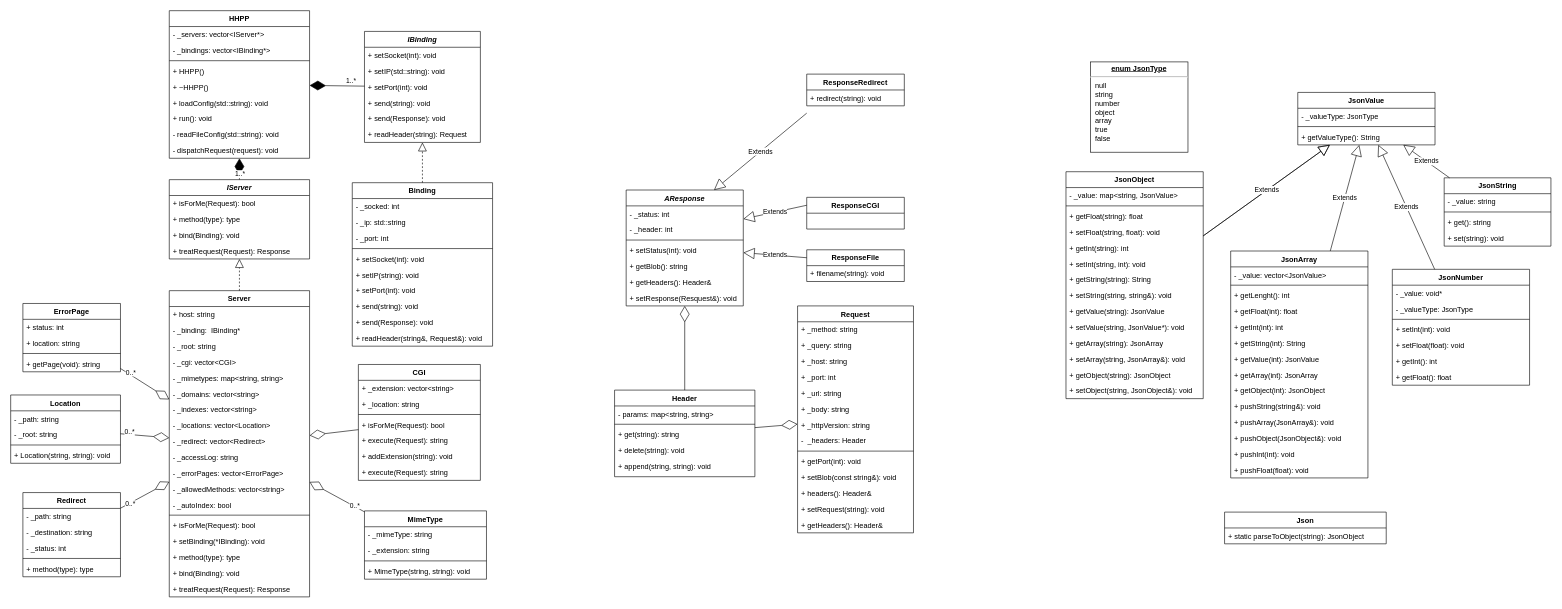
Before: doc/architecture_tpm.drawio in danielthalmann/42hhpp, a draw.io diagram. Source tidied: cells renumbered, new cells numbered last; positions are measured from the earlier drawing's top-left corner, leaving out a move shared by most shapes. Both pictures are drawn from the tidied source at 61%, with x=0, y=0 at pixel (10, 10).
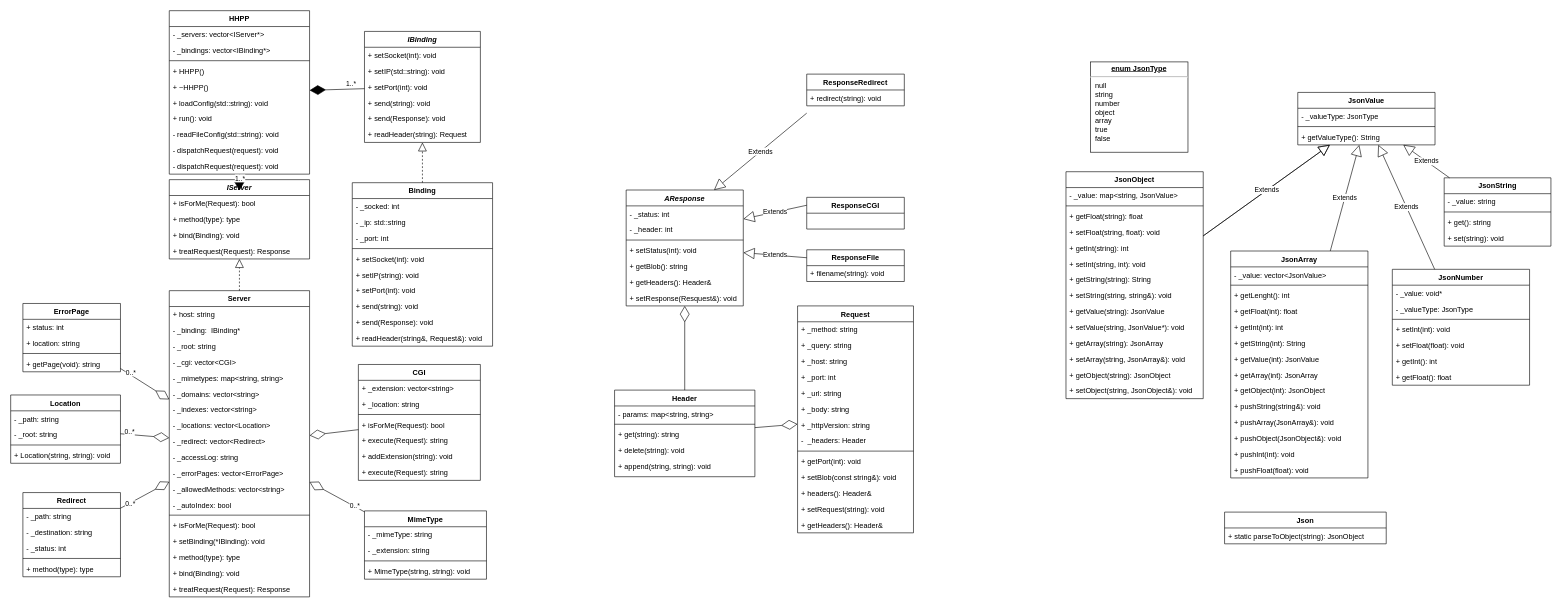
After the change.

Diff of the diagram source:
```diff
@@
     <mxCell id="66" value="HHPP" style="swimlane;fontStyle=1;align=center;verticalAlign=top;horizontal=1;startSize=26;" parent="1" vertex="1">
-      <mxGeometry x="260" width="230" height="242" as="geometry" />
+      <mxGeometry x="260" width="230" height="268" as="geometry" />
     </mxCell>
@@
+    <mxCell id="189" value="- dispatchRequest(request): void" style="text;strokeColor=none;fillColor=none;align=left;verticalAlign=top;spacingLeft=4;spacingRight=4;overflow=hidden;" parent="66" vertex="1">
+      <mxGeometry y="216" width="230" height="26" as="geometry" />
+    </mxCell>
     <mxCell id="75" value="- dispatchRequest(request): void" style="text;strokeColor=none;fillColor=none;align=left;verticalAlign=top;spacingLeft=4;spacingRight=4;overflow=hidden;" parent="66" vertex="1">
-      <mxGeometry y="216" width="230" height="26" as="geometry" />
+      <mxGeometry y="242" width="230" height="26" as="geometry" />
     </mxCell>
```
